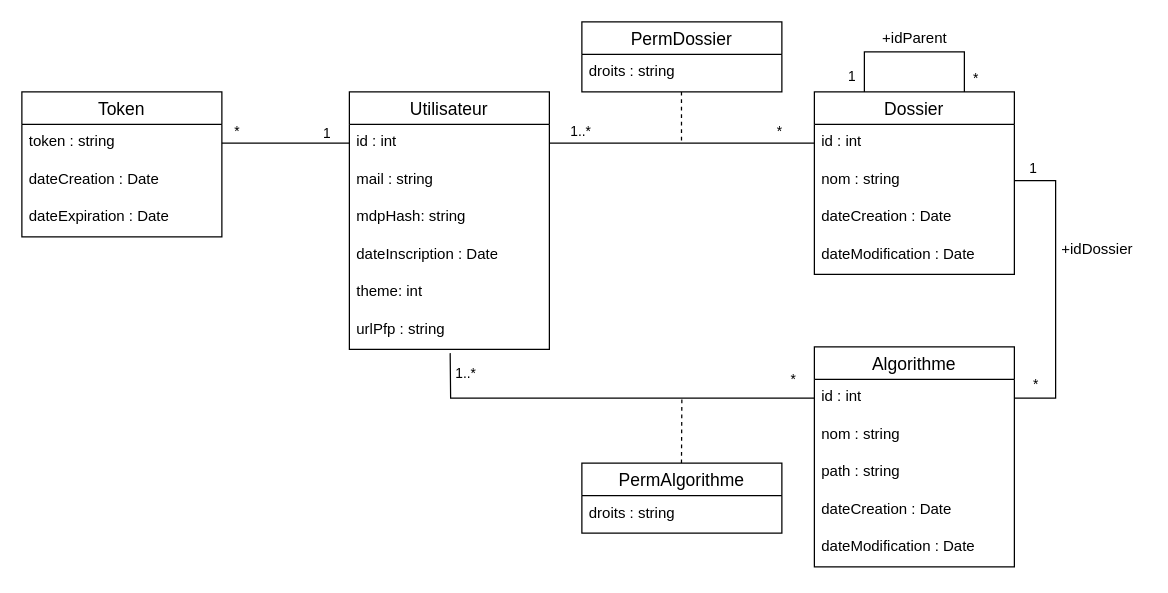
Earlier version of the draw.io diagram src/back/db/DB.drawio (Bing-Chill-inc/Algoforge-main). Source tidied: cells renumbered, new cells numbered last; positions are measured from the earlier drawing's top-left corner, leaving out a move shared by most shapes. Both pictures are drawn from the tidied source at 125%, with x=0, y=0 at pixel (21, 21).
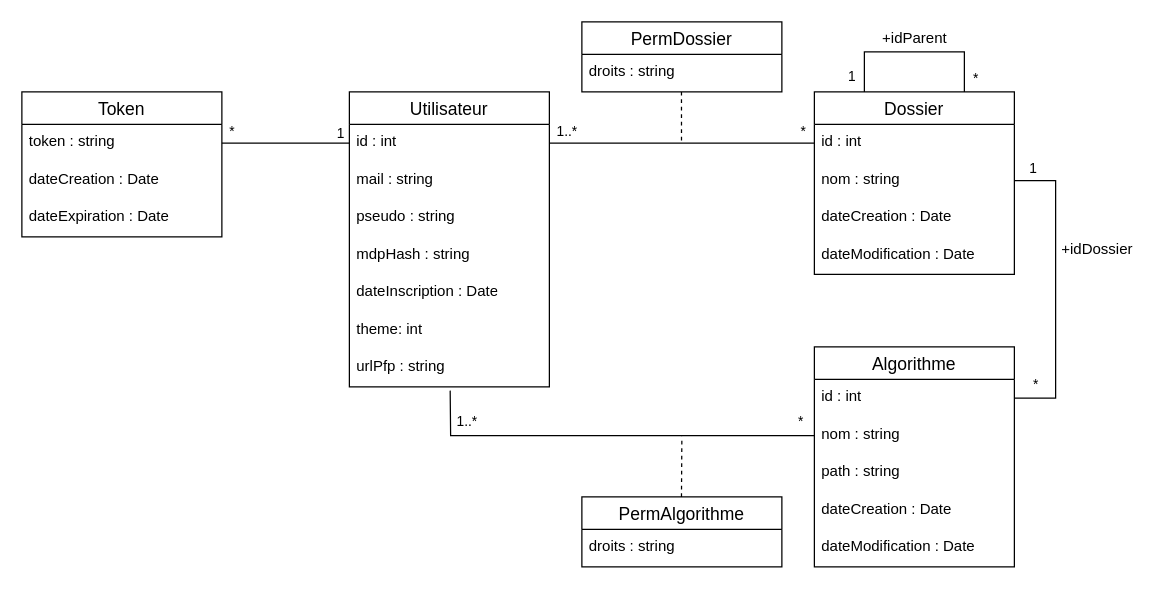
The same diagram, later.

Commit message (it also covers changes not shown here):
✨ Fonction pour créer et enregistrer un utilisateur ✨ Ajout du pseudo dans la table "Utilisateur"

The change refers to these unchanged cells:
```xml
<mxCell id="10" value="id : int" style="text;strokeColor=none;fillColor=none;spacingLeft=4;spacingRight=4;overflow=hidden;points=[[0,0.5],[1,0.5]];portConstraint=eastwest;fontSize=12;whiteSpace=wrap;html=1;" parent="9" vertex="1">
  <mxGeometry y="26" width="160" height="30" as="geometry" />
</mxCell>
<mxCell id="11" value="nom : string" style="text;strokeColor=none;fillColor=none;spacingLeft=4;spacingRight=4;overflow=hidden;points=[[0,0.5],[1,0.5]];portConstraint=eastwest;fontSize=12;whiteSpace=wrap;html=1;" parent="9" vertex="1">
  <mxGeometry y="56" width="160" height="30" as="geometry" />
</mxCell>
<mxCell id="20" style="endArrow=none;html=1;rounded=0;exitX=1;exitY=0.5;exitDx=0;exitDy=0;entryX=0;entryY=0.5;entryDx=0;entryDy=0;" parent="1" edge="1" source="3" target="16">
  <mxGeometry relative="1" as="geometry" />
</mxCell>
<mxCell id="44" style="endArrow=none;html=1;exitX=1;exitY=0.5;exitDx=0;exitDy=0;entryX=0;entryY=0.5;entryDx=0;entryDy=0;rounded=0;" parent="1" edge="1" source="41" target="3">
  <mxGeometry relative="1" as="geometry" />
</mxCell>
```

The edit, as a diff of the source:
```diff
@@
     <mxCell id="2" value="Utilisateur" style="swimlane;fontStyle=0;horizontal=1;startSize=26;align=center;fontSize=14;" parent="1" vertex="1">
-      <mxGeometry x="262" y="56" width="160" height="206" as="geometry" />
+      <mxGeometry x="262" y="56" width="160" height="236" as="geometry" />
     </mxCell>
@@
+    <mxCell id="47" value="pseudo : string" style="text;strokeColor=none;fillColor=none;spacingLeft=4;spacingRight=4;overflow=hidden;fontSize=12;whiteSpace=wrap;html=1;" parent="2" vertex="1">
+      <mxGeometry y="86" width="160" height="30" as="geometry" />
+    </mxCell>
-    <mxCell id="5" value="mdpHash: string" style="text;strokeColor=none;fillColor=none;spacingLeft=4;spacingRight=4;overflow=hidden;fontSize=12;whiteSpace=wrap;html=1;" parent="2" vertex="1">
-      <mxGeometry y="86" width="160" height="30" as="geometry" />
+    <mxCell id="5" value="mdpHash : string" style="text;strokeColor=none;fillColor=none;spacingLeft=4;spacingRight=4;overflow=hidden;fontSize=12;whiteSpace=wrap;html=1;" parent="2" vertex="1">
+      <mxGeometry y="116" width="160" height="30" as="geometry" />
     </mxCell>
     <mxCell id="6" value="dateInscription : Date" style="text;strokeColor=none;fillColor=none;spacingLeft=4;spacingRight=4;overflow=hidden;fontSize=12;whiteSpace=wrap;html=1;" parent="2" vertex="1">
-      <mxGeometry y="116" width="160" height="30" as="geometry" />
+      <mxGeometry y="146" width="160" height="30" as="geometry" />
     </mxCell>
     <mxCell id="7" value="theme: int" style="text;strokeColor=none;fillColor=none;spacingLeft=4;spacingRight=4;overflow=hidden;fontSize=12;whiteSpace=wrap;html=1;" parent="2" vertex="1">
-      <mxGeometry y="146" width="160" height="30" as="geometry" />
+      <mxGeometry y="176" width="160" height="30" as="geometry" />
     </mxCell>
     <mxCell id="8" value="urlPfp : string" style="text;strokeColor=none;fillColor=none;spacingLeft=4;spacingRight=4;overflow=hidden;points=[[0,0.5],[1,0.5]];portConstraint=eastwest;fontSize=12;whiteSpace=wrap;html=1;" parent="2" vertex="1">
-      <mxGeometry y="176" width="160" height="30" as="geometry" />
+      <mxGeometry y="206" width="160" height="30" as="geometry" />
     </mxCell>
@@
     <mxCell id="21" value="1..*" style="edgeLabel;html=1;align=center;verticalAlign=middle;" parent="20" vertex="1">
       <mxGeometry x="-0.77" y="-5" relative="1" as="geometry">
-        <mxPoint y="-15" as="offset" />
+        <mxPoint x="-11" y="-15" as="offset" />
       </mxGeometry>
     </mxCell>
     <mxCell id="22" value="*" style="edgeLabel;html=1;align=center;verticalAlign=middle;" parent="20" vertex="1">
       <mxGeometry x="0.62" y="-2" relative="1" as="geometry">
-        <mxPoint x="11" y="-12" as="offset" />
+        <mxPoint x="30" y="-12" as="offset" />
       </mxGeometry>
     </mxCell>
-    <mxCell id="23" style="endArrow=none;html=1;rounded=0;entryX=0;entryY=0.5;entryDx=0;entryDy=0;exitX=0.504;exitY=1.1;exitDx=0;exitDy=0;exitPerimeter=0;" parent="1" edge="1" source="8" target="10">
+    <mxCell id="23" style="endArrow=none;html=1;rounded=0;entryX=0;entryY=0.5;entryDx=0;entryDy=0;exitX=0.504;exitY=1.1;exitDx=0;exitDy=0;exitPerimeter=0;" parent="1" edge="1" source="8" target="11">
       <mxGeometry relative="1" as="geometry">
         <Array as="points">
-          <mxPoint x="343" y="301" />
+          <mxPoint x="343" y="331" />
         </Array>
       </mxGeometry>
     </mxCell>
     <mxCell id="24" value="1..*" style="edgeLabel;html=1;align=center;verticalAlign=middle;" parent="23" vertex="1">
       <mxGeometry x="-0.83" y="3" relative="1" as="geometry">
-        <mxPoint x="9" y="-12" as="offset" />
+        <mxPoint x="10" y="-3" as="offset" />
       </mxGeometry>
     </mxCell>
-    <mxCell id="25" value="*" style="edgeLabel;html=1;align=center;verticalAlign=middle;" parent="1" vertex="1">
-      <mxGeometry x="634" y="163" as="geometry">
-        <mxPoint x="-18" y="122" as="offset" />
+    <mxCell id="25" value="*" style="edgeLabel;html=1;align=center;verticalAlign=middle;" parent="23" vertex="1">
+      <mxGeometry x="0.86" y="-2" relative="1" as="geometry">
+        <mxPoint x="12" y="-14" as="offset" />
       </mxGeometry>
     </mxCell>
@@
     <mxCell id="37" style="endArrow=none;dashed=1;html=1;rounded=0;exitX=0.498;exitY=0.003;exitDx=0;exitDy=0;exitPerimeter=0;" parent="1" edge="1" source="38">
       <mxGeometry relative="1" as="geometry">
-        <mxPoint x="528" y="301" as="targetPoint" />
+        <mxPoint x="528" y="332" as="targetPoint" />
       </mxGeometry>
     </mxCell>
     <mxCell id="38" value="PermAlgorithme" style="swimlane;fontStyle=0;horizontal=1;startSize=26;align=center;fontSize=14;" parent="1" vertex="1">
-      <mxGeometry x="448" y="353" width="160" height="56" as="geometry" />
+      <mxGeometry x="448" y="380" width="160" height="56" as="geometry" />
     </mxCell>
@@
     <mxCell id="45" value="1" style="edgeLabel;html=1;align=center;verticalAlign=middle;" parent="44" vertex="1">
       <mxGeometry x="0.63" relative="1" as="geometry">
-        <mxPoint y="-9" as="offset" />
+        <mxPoint x="11" y="-9" as="offset" />
       </mxGeometry>
     </mxCell>
     <mxCell id="46" value="*" style="edgeLabel;html=1;align=center;verticalAlign=middle;" parent="44" vertex="1">
       <mxGeometry x="-0.79" y="1" relative="1" as="geometry">
-        <mxPoint y="-9" as="offset" />
+        <mxPoint x="-4" y="-9" as="offset" />
       </mxGeometry>
     </mxCell>
```
